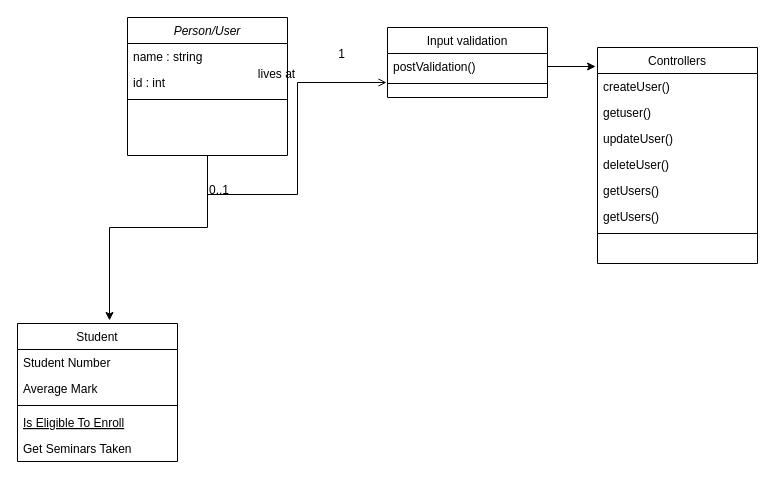
This is Untitled Diagram.drawio from nitoC/zuriStage1, a draw.io file, before an edit. Source tidied: cells renumbered, new cells numbered last; positions are measured from the earlier drawing's top-left corner, leaving out a move shared by most shapes. Both pictures are drawn from the tidied source at 100%, with x=0, y=0 at pixel (17, 17).
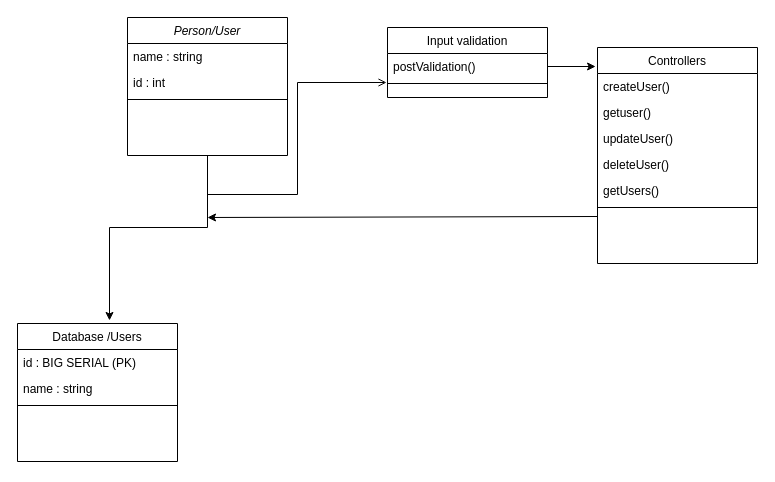
After the change.

The change refers to these unchanged cells:
```xml
<mxCell id="16" value="Controllers&#10;" style="swimlane;fontStyle=0;align=center;verticalAlign=top;horizontal=1;startSize=26;rounded=0;shadow=0;strokeWidth=1;" parent="1" vertex="1">
  <mxGeometry x="580" y="30" width="160" height="216" as="geometry" />
</mxCell>
<mxCell id="24" style="endArrow=open;shadow=0;strokeWidth=1;rounded=0;endFill=1;edgeStyle=elbowEdgeStyle;elbow=horizontal;entryX=-0.006;entryY=0.375;entryDx=0;entryDy=0;entryPerimeter=0;" parent="1" edge="1" target="15">
  <mxGeometry x="0.5" y="41" relative="1" as="geometry">
    <mxPoint x="190" y="177" as="sourcePoint" />
    <mxPoint x="-40" y="32" as="offset" />
  </mxGeometry>
</mxCell>
```

What changed in the source:
```diff
@@
-    <mxCell id="7" value="Student" style="swimlane;fontStyle=0;align=center;verticalAlign=top;horizontal=1;startSize=26;rounded=0;shadow=0;strokeWidth=1;" parent="1" vertex="1">
+    <mxCell id="7" value="Database /Users" style="swimlane;fontStyle=0;align=center;verticalAlign=top;horizontal=1;startSize=26;rounded=0;shadow=0;strokeWidth=1;" parent="1" vertex="1">
       <mxGeometry y="306" width="160" height="138" as="geometry" />
     </mxCell>
-    <mxCell id="8" value="Student Number" style="text;align=left;verticalAlign=top;spacingLeft=4;spacingRight=4;overflow=hidden;" parent="7" vertex="1">
+    <mxCell id="8" value="id : BIG SERIAL (PK)" style="text;align=left;verticalAlign=top;spacingLeft=4;spacingRight=4;overflow=hidden;" parent="7" vertex="1">
       <mxGeometry y="26" width="160" height="26" as="geometry" />
     </mxCell>
-    <mxCell id="9" value="Average Mark" style="text;align=left;verticalAlign=top;spacingLeft=4;spacingRight=4;overflow=hidden;rounded=0;shadow=0;html=0;" parent="7" vertex="1">
+    <mxCell id="9" value="name : string" style="text;align=left;verticalAlign=top;spacingLeft=4;spacingRight=4;overflow=hidden;rounded=0;shadow=0;html=0;" parent="7" vertex="1">
       <mxGeometry y="52" width="160" height="26" as="geometry" />
     </mxCell>
@@
-    <mxCell id="11" value="Is Eligible To Enroll" style="text;align=left;verticalAlign=top;spacingLeft=4;spacingRight=4;overflow=hidden;fontStyle=4;" parent="7" vertex="1">
-      <mxGeometry y="86" width="160" height="26" as="geometry" />
-    </mxCell>
-    <mxCell id="12" value="Get Seminars Taken" style="text;align=left;verticalAlign=top;spacingLeft=4;spacingRight=4;overflow=hidden;" parent="7" vertex="1">
-      <mxGeometry y="112" width="160" height="26" as="geometry" />
-    </mxCell>
@@
-    <mxCell id="22" value="getUsers()" style="text;align=left;verticalAlign=top;spacingLeft=4;spacingRight=4;overflow=hidden;rounded=0;shadow=0;html=0;" parent="16" vertex="1">
-      <mxGeometry y="156" width="160" height="26" as="geometry" />
-    </mxCell>
+    <mxCell id="29" style="edgeStyle=none;rounded=0;orthogonalLoop=1;jettySize=auto;html=1;exitX=0;exitY=0.5;exitDx=0;exitDy=0;" parent="16" edge="1">
+      <mxGeometry relative="1" as="geometry">
+        <mxPoint y="169" as="sourcePoint" />
+        <mxPoint x="-390" y="170" as="targetPoint" />
+      </mxGeometry>
+    </mxCell>
     <mxCell id="23" style="line;html=1;strokeWidth=1;align=left;verticalAlign=middle;spacingTop=-1;spacingLeft=3;spacingRight=3;labelPosition=right;" parent="16" vertex="1">
-      <mxGeometry y="182" width="160" height="8" as="geometry" />
+      <mxGeometry y="156" width="160" height="8" as="geometry" />
     </mxCell>
@@
-    <mxCell id="25" value="0..1" style="align=left;verticalAlign=bottom;labelBackgroundColor=none;fontSize=12;" parent="24" vertex="1">
-      <mxGeometry x="-1" relative="1" as="geometry">
-        <mxPoint y="4" as="offset" />
-      </mxGeometry>
-    </mxCell>
-    <mxCell id="26" value="1" style="align=right;verticalAlign=bottom;labelBackgroundColor=none;fontSize=12;" parent="24" vertex="1">
-      <mxGeometry x="1" relative="1" as="geometry">
-        <mxPoint x="-40" y="-20" as="offset" />
-      </mxGeometry>
-    </mxCell>
-    <mxCell id="27" value="lives at" style="text;html=1;align=center;verticalAlign=middle;labelBackgroundColor=none;rounded=0;shadow=0;strokeWidth=1;fontSize=12;" parent="24" vertex="1">
-      <mxGeometry x="0.5" y="49" relative="1" as="geometry">
-        <mxPoint x="-38" y="40" as="offset" />
-      </mxGeometry>
-    </mxCell>
```
